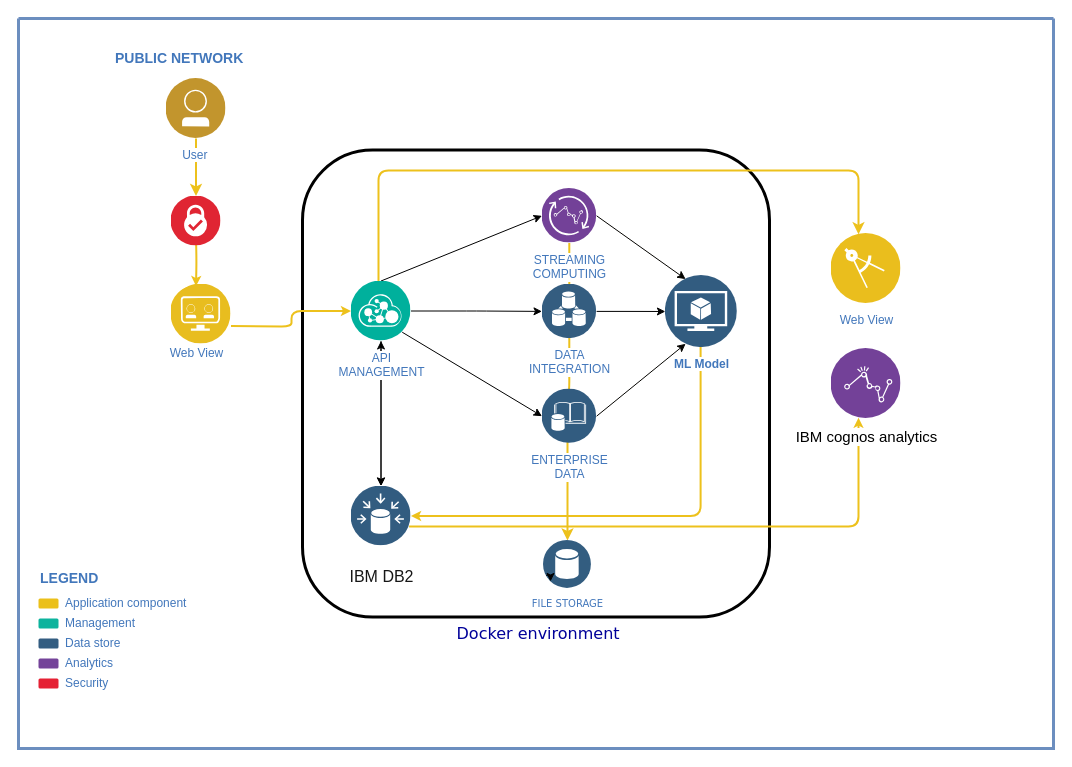
This is IBM hackathon Diagram.drawio from ajmalbinnizam/IBM-Call-for-Code-2022, a draw.io file, before an edit. Source tidied: cells renumbered, new cells numbered last; positions are measured from the earlier drawing's top-left corner, leaving out a move shared by most shapes. Both pictures are drawn from the tidied source at 100%, with x=0, y=0 at pixel (18, 18).
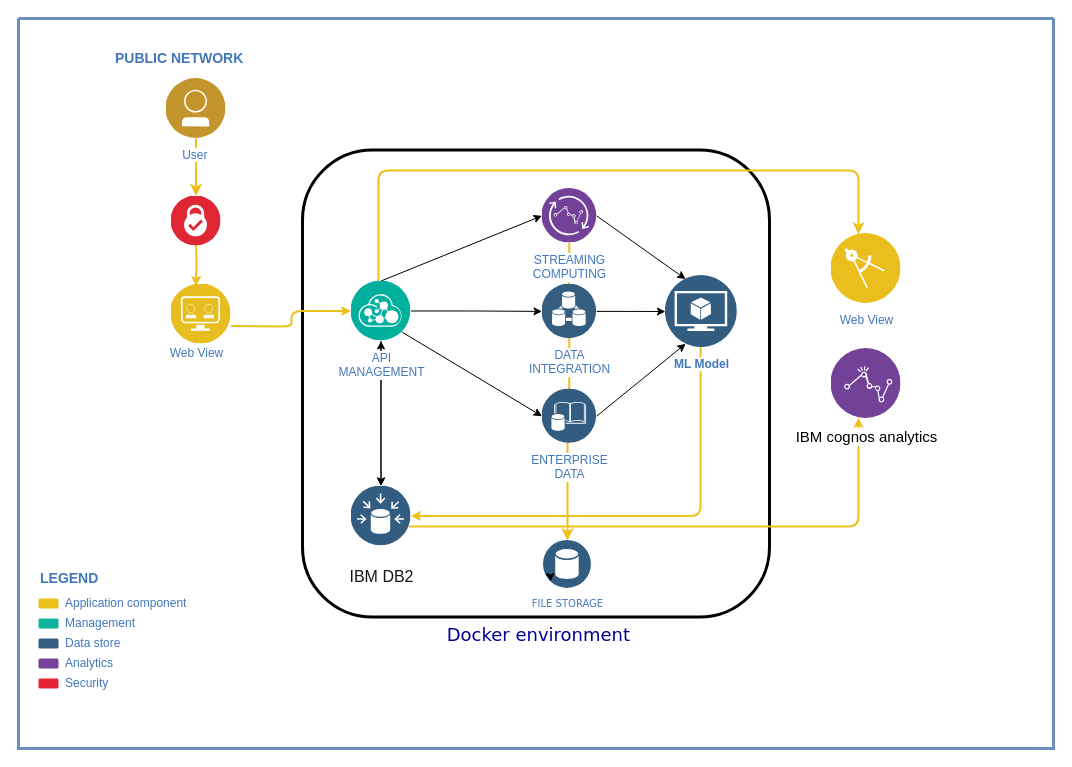
After the change.

The change refers to these unchanged cells:
```xml
<mxCell id="2" style="swimlane;shadow=0;strokeColor=#6c8ebf;fillColor=#dae8fc;align=left;startSize=0;strokeWidth=3;labelBorderColor=default;rounded=1;" parent="1" vertex="1">
  <mxGeometry width="1035" height="730" as="geometry" />
</mxCell>
```

Change to the diagram source:
```diff
@@
-    <mxCell id="3" value="&amp;nbsp;Docker environment" style="whiteSpace=wrap;html=1;labelBorderColor=none;fillStyle=auto;fontFamily=Verdana;fontSize=16;fontColor=#000099;fillColor=none;gradientColor=none;glass=1;strokeWidth=3;labelPosition=center;verticalLabelPosition=bottom;align=center;verticalAlign=top;rounded=1;" parent="2" vertex="1">
+    <mxCell id="3" value="&lt;font style=&quot;font-size: 18px;&quot;&gt;&amp;nbsp;Docker environment&lt;/font&gt;" style="whiteSpace=wrap;html=1;labelBorderColor=none;fillStyle=auto;fontFamily=Verdana;fontSize=16;fontColor=#000099;fillColor=none;gradientColor=none;glass=1;strokeWidth=3;labelPosition=center;verticalLabelPosition=bottom;align=center;verticalAlign=top;rounded=1;" parent="2" vertex="1">
       <mxGeometry x="284" y="131.5" width="467" height="467" as="geometry" />
     </mxCell>
```
